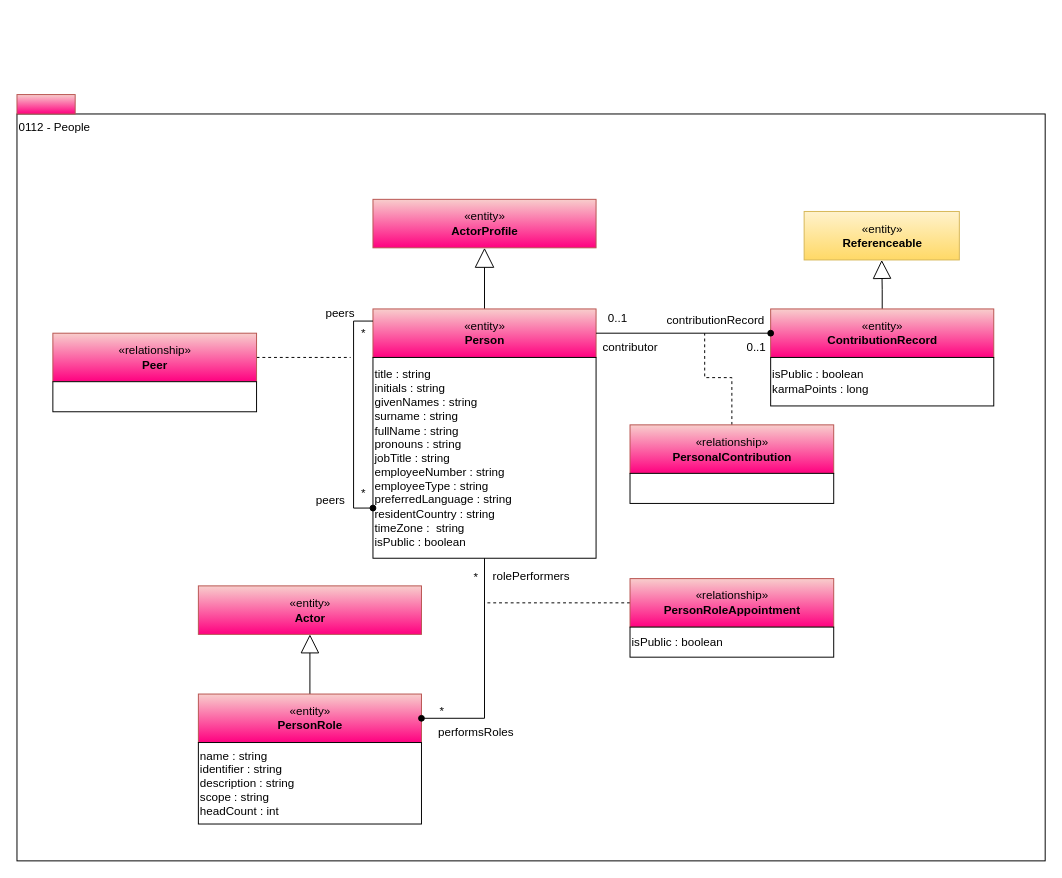
Earlier version of the draw.io diagram page "0112-People" (3 of 15) of site/docs/types/1/area-1-collaboration.drawio (odpi/egeria-docs). Source tidied: cells renumbered, new cells numbered last; positions are measured from the earlier drawing's top-left corner, leaving out a move shared by most shapes. Both pictures are drawn from the tidied source at 97%, with x=0, y=0 at pixel (16, 94).
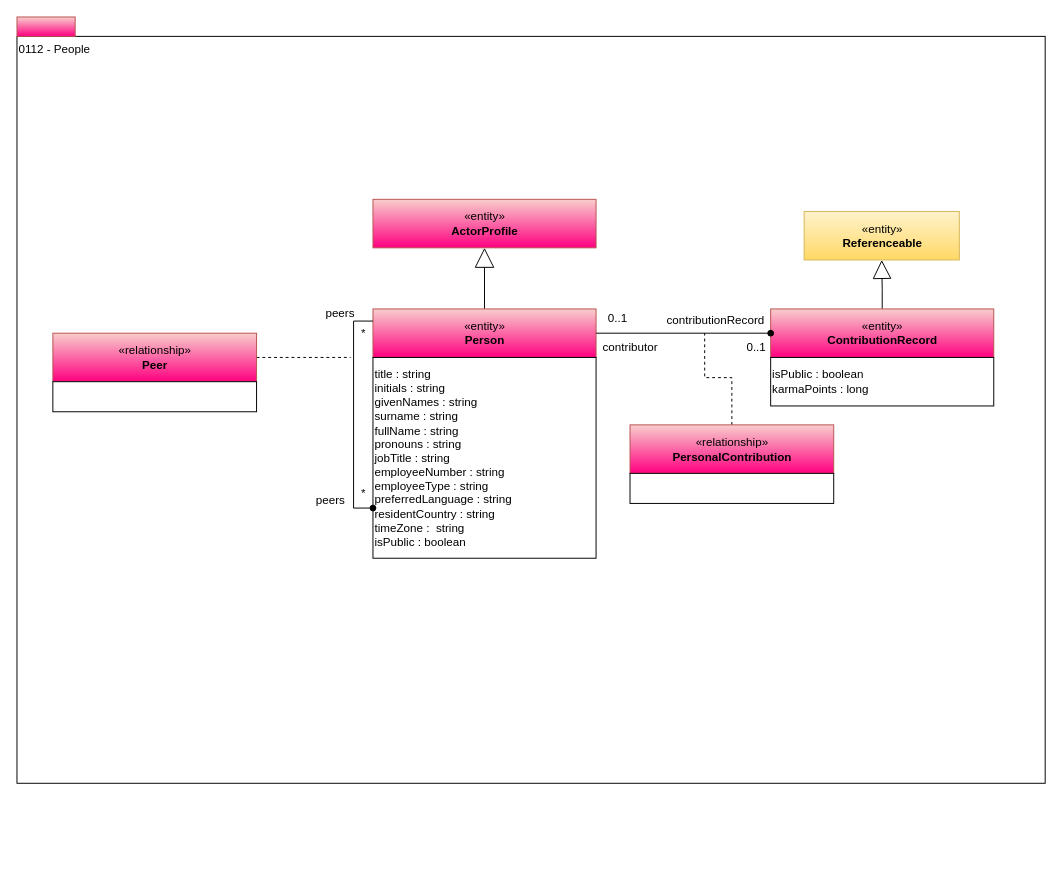
After the change.

The change refers to these unchanged cells:
```xml
<mxCell id="6" value="title : string&lt;br&gt;initials : string&lt;br&gt;givenNames : string&lt;br&gt;surname : string&lt;br&gt;fullName : string&lt;br&gt;pronouns : string&lt;br&gt;jobTitle : string&lt;br&gt;employeeNumber : string&lt;br&gt;employeeType : string&lt;br&gt;preferredLanguage : string&lt;br&gt;residentCountry : string&lt;br&gt;timeZone :&amp;nbsp; string&lt;br&gt;isPublic : boolean" style="rounded=0;whiteSpace=wrap;html=1;align=left;" parent="1" vertex="1">
  <mxGeometry x="367" y="271" width="230" height="207" as="geometry" />
</mxCell>
```

Diff of the diagram source:
```diff
@@
     <mxCell id="2" value="0112 - People" style="rounded=0;whiteSpace=wrap;html=1;align=left;verticalAlign=top;" parent="1" vertex="1">
-      <mxGeometry y="20" width="1060" height="770" as="geometry" />
+      <mxGeometry y="-60" width="1060" height="770" as="geometry" />
     </mxCell>
@@
     <mxCell id="5" style="html=1;strokeColor=#b85450;align=center;fillColor=#f8cecc;gradientColor=#FF0080;" parent="1" vertex="1">
-      <mxGeometry width="60" height="20" as="geometry" />
+      <mxGeometry y="-80" width="60" height="20" as="geometry" />
     </mxCell>
@@
-    <mxCell id="7" style="edgeStyle=orthogonalEdgeStyle;rounded=0;jettySize=auto;html=1;exitX=0.5;exitY=0;exitDx=0;exitDy=0;endArrow=block;endFill=0;endSize=17;" parent="1" edge="1" source="8" target="39">
-      <mxGeometry relative="1" as="geometry" />
-    </mxCell>
-    <mxCell id="8" value="«entity»&lt;br&gt;&lt;b&gt;PersonRole&lt;/b&gt;" style="html=1;strokeColor=#b85450;align=center;fillColor=#f8cecc;gradientColor=#FF0080;" parent="1" vertex="1">
-      <mxGeometry x="187" y="618" width="230" height="50" as="geometry" />
-    </mxCell>
-    <mxCell id="9" value="name : string&lt;br&gt;identifier : string&lt;br&gt;description : string&lt;br&gt;scope : string&lt;br&gt;headCount : int" style="rounded=0;whiteSpace=wrap;html=1;align=left;" parent="1" vertex="1">
-      <mxGeometry x="187" y="668" width="230" height="84" as="geometry" />
-    </mxCell>
@@
-    <mxCell id="13" value="*" style="text;html=1;align=center;verticalAlign=top;spacingTop=-4;" parent="1" vertex="1">
-      <mxGeometry x="463" y="487.5" width="20" height="20" as="geometry" />
-    </mxCell>
-    <mxCell id="14" value="*" style="text;html=1;align=center;verticalAlign=top;spacingTop=-4;" parent="1" vertex="1">
-      <mxGeometry x="428" y="626" width="20" height="20" as="geometry" />
-    </mxCell>
-    <mxCell id="15" value="rolePerformers" style="text;html=1;align=center;verticalAlign=top;spacingTop=-4;" parent="1" vertex="1">
-      <mxGeometry x="485" y="487" width="90" height="20" as="geometry" />
-    </mxCell>
-    <mxCell id="16" value="performsRoles" style="text;html=1;align=center;verticalAlign=top;spacingTop=-4;" parent="1" vertex="1">
-      <mxGeometry x="428" y="648" width="90" height="20" as="geometry" />
-    </mxCell>
@@
-    <mxCell id="32" style="edgeStyle=orthogonalEdgeStyle;rounded=0;html=1;exitX=0;exitY=0.5;endArrow=none;endFill=0;jettySize=auto;dashed=1;" parent="1" edge="1" source="33">
-      <mxGeometry relative="1" as="geometry">
-        <mxPoint x="482" y="524" as="targetPoint" />
-      </mxGeometry>
-    </mxCell>
-    <mxCell id="33" value="«relationship»&lt;br&gt;&lt;b&gt;PersonRoleAppointment&lt;/b&gt;" style="html=1;strokeColor=#b85450;align=center;fillColor=#f8cecc;gradientColor=#FF0080;" parent="1" vertex="1">
-      <mxGeometry x="632" y="499" width="210" height="50" as="geometry" />
-    </mxCell>
-    <mxCell id="34" value="isPublic : boolean" style="rounded=0;whiteSpace=wrap;html=1;strokeColor=#000000;gradientColor=#ffffff;align=left;" parent="1" vertex="1">
-      <mxGeometry x="632" y="549" width="210" height="31" as="geometry" />
-    </mxCell>
@@
-    <mxCell id="36" style="edgeStyle=orthogonalEdgeStyle;rounded=0;html=1;exitX=0.5;exitY=1;endArrow=oval;endFill=1;jettySize=auto;entryX=1;entryY=0.5;entryDx=0;entryDy=0;" parent="1" edge="1" source="6" target="8">
-      <mxGeometry relative="1" as="geometry" />
-    </mxCell>
@@
-    <mxCell id="39" value="«entity»&lt;br&gt;&lt;b&gt;Actor&lt;/b&gt;" style="html=1;strokeColor=#b85450;align=center;fillColor=#f8cecc;gradientColor=#FF0080;" parent="1" vertex="1">
-      <mxGeometry x="187" y="506.5" width="230" height="50" as="geometry" />
-    </mxCell>
```
